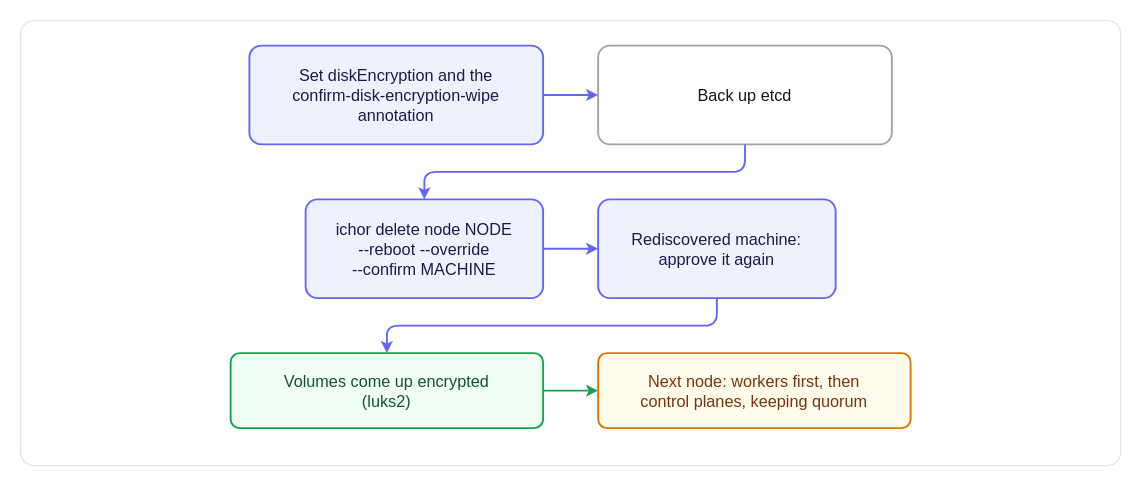
This is docs/images/hardening-disk-encryption-wipe.drawio from maeshinshin/ichor, a draw.io file, before an edit. Source tidied: cells renumbered, new cells numbered last; positions are measured from the earlier drawing's top-left corner, leaving out a move shared by most shapes. Both pictures are drawn from the tidied source at 125%, with x=0, y=0 at pixel (20, 20).
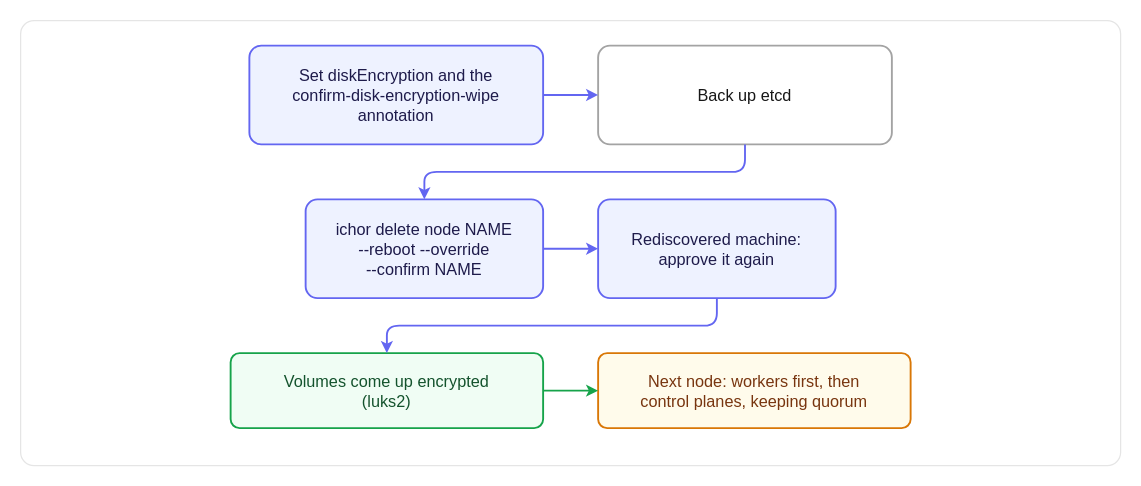
After the change.

Commit message (it also covers changes not shown here):
docs(hardening): the diagrams name the node as NAME, as the pages do

The edit, as a diff of the source:
```diff
@@
 <mxGraphModel>
   <root>
     <mxCell id="0" />
     <mxCell id="1" parent="0" />
     <mxCell id="2" style="rounded=1;arcSize=3;fillColor=light-dark(#FFFFFF,#0A0A0A);strokeColor=light-dark(#E5E5E5,#262626);strokeWidth=1;html=0;" parent="1" vertex="1">
       <mxGeometry width="880" height="356" as="geometry" />
     </mxCell>
     <mxCell id="3" value="Set diskEncryption and the&#10;confirm-disk-encryption-wipe&#10;annotation" style="rounded=1;arcSize=12;fillColor=light-dark(#EEF2FF,#232553);strokeColor=light-dark(#6366F1,#818CF8);strokeWidth=1.5;fontColor=light-dark(#1E1B4B,#E0E7FF);fontFamily=Helvetica;fontSize=13;align=center;verticalAlign=middle;html=0;" parent="1" vertex="1">
       <mxGeometry x="183" y="20" width="235" height="79" as="geometry" />
     </mxCell>
     <mxCell id="4" value="Back up etcd" style="rounded=1;arcSize=12;fillColor=light-dark(#FFFFFF,#1A1A1A);strokeColor=light-dark(#A3A3A3,#525252);strokeWidth=1.5;fontColor=light-dark(#171717,#FAFAFA);fontFamily=Helvetica;fontSize=13;align=center;verticalAlign=middle;html=0;" parent="1" vertex="1">
       <mxGeometry x="462" y="20" width="235" height="79" as="geometry" />
     </mxCell>
-    <mxCell id="5" value="ichor delete node NODE&#10;--reboot --override&#10;--confirm MACHINE" style="rounded=1;arcSize=12;fillColor=light-dark(#EEF2FF,#232553);strokeColor=light-dark(#6366F1,#818CF8);strokeWidth=1.5;fontColor=light-dark(#1E1B4B,#E0E7FF);fontFamily=Helvetica;fontSize=13;align=center;verticalAlign=middle;html=0;" parent="1" vertex="1">
+    <mxCell id="5" value="ichor delete node NAME&#10;--reboot --override&#10;--confirm NAME" style="rounded=1;arcSize=12;fillColor=light-dark(#EEF2FF,#232553);strokeColor=light-dark(#6366F1,#818CF8);strokeWidth=1.5;fontColor=light-dark(#1E1B4B,#E0E7FF);fontFamily=Helvetica;fontSize=13;align=center;verticalAlign=middle;html=0;" parent="1" vertex="1">
       <mxGeometry x="228" y="143" width="190" height="79" as="geometry" />
     </mxCell>
     <mxCell id="6" value="Rediscovered machine:&#10;approve it again" style="rounded=1;arcSize=12;fillColor=light-dark(#EEF2FF,#232553);strokeColor=light-dark(#6366F1,#818CF8);strokeWidth=1.5;fontColor=light-dark(#1E1B4B,#E0E7FF);fontFamily=Helvetica;fontSize=13;align=center;verticalAlign=middle;html=0;" parent="1" vertex="1">
       <mxGeometry x="462" y="143" width="190" height="79" as="geometry" />
     </mxCell>
     <mxCell id="7" value="Volumes come up encrypted&#10;(luks2)" style="rounded=1;arcSize=12;fillColor=light-dark(#F0FDF4,#0E2A1B);strokeColor=light-dark(#16A34A,#4ADE80);strokeWidth=1.5;fontColor=light-dark(#14532D,#BBF7D0);fontFamily=Helvetica;fontSize=13;align=center;verticalAlign=middle;html=0;" parent="1" vertex="1">
       <mxGeometry x="168" y="266" width="250" height="60" as="geometry" />
     </mxCell>
     <mxCell id="8" value="Next node: workers first, then&#10;control planes, keeping quorum" style="rounded=1;arcSize=12;fillColor=light-dark(#FFFBEB,#2B2008);strokeColor=light-dark(#D97706,#FBBF24);strokeWidth=1.5;fontColor=light-dark(#78350F,#FDE68A);fontFamily=Helvetica;fontSize=13;align=center;verticalAlign=middle;html=0;" parent="1" vertex="1">
       <mxGeometry x="462" y="266" width="250" height="60" as="geometry" />
     </mxCell>
     <mxCell id="9" style="edgeStyle=orthogonalEdgeStyle;rounded=1;jettySize=auto;strokeColor=light-dark(#6366F1,#818CF8);strokeWidth=1.5;endArrow=classic;endFill=1;endSize=5;startArrow=none;startFill=1;startSize=5;fontColor=light-dark(#404040,#D4D4D4);fontFamily=Helvetica;fontSize=12;labelBackgroundColor=light-dark(#FFFFFF,#0A0A0A);exitX=1;exitY=0.5;exitDx=0;exitDy=0;entryX=0;entryY=0.5;entryDx=0;entryDy=0;html=0;" parent="1" edge="1" source="3" target="4">
       <mxGeometry relative="1" as="geometry" />
     </mxCell>
     <mxCell id="10" style="edgeStyle=orthogonalEdgeStyle;rounded=1;jettySize=auto;strokeColor=light-dark(#6366F1,#818CF8);strokeWidth=1.5;endArrow=classic;endFill=1;endSize=5;startArrow=none;startFill=1;startSize=5;fontColor=light-dark(#404040,#D4D4D4);fontFamily=Helvetica;fontSize=12;labelBackgroundColor=light-dark(#FFFFFF,#0A0A0A);exitX=0.5;exitY=1;exitDx=0;exitDy=0;entryX=0.5;entryY=0;entryDx=0;entryDy=0;html=0;" parent="1" edge="1" source="4" target="5">
       <mxGeometry relative="1" as="geometry" />
     </mxCell>
     <mxCell id="11" style="edgeStyle=orthogonalEdgeStyle;rounded=1;jettySize=auto;strokeColor=light-dark(#6366F1,#818CF8);strokeWidth=1.5;endArrow=classic;endFill=1;endSize=5;startArrow=none;startFill=1;startSize=5;fontColor=light-dark(#404040,#D4D4D4);fontFamily=Helvetica;fontSize=12;labelBackgroundColor=light-dark(#FFFFFF,#0A0A0A);exitX=1;exitY=0.5;exitDx=0;exitDy=0;entryX=0;entryY=0.5;entryDx=0;entryDy=0;html=0;" parent="1" edge="1" source="5" target="6">
       <mxGeometry relative="1" as="geometry" />
     </mxCell>
     <mxCell id="12" style="edgeStyle=orthogonalEdgeStyle;rounded=1;jettySize=auto;strokeColor=light-dark(#6366F1,#818CF8);strokeWidth=1.5;endArrow=classic;endFill=1;endSize=5;startArrow=none;startFill=1;startSize=5;fontColor=light-dark(#404040,#D4D4D4);fontFamily=Helvetica;fontSize=12;labelBackgroundColor=light-dark(#FFFFFF,#0A0A0A);exitX=0.5;exitY=1;exitDx=0;exitDy=0;entryX=0.5;entryY=0;entryDx=0;entryDy=0;html=0;" parent="1" edge="1" source="6" target="7">
       <mxGeometry relative="1" as="geometry" />
     </mxCell>
     <mxCell id="13" style="edgeStyle=orthogonalEdgeStyle;rounded=1;jettySize=auto;strokeColor=light-dark(#16A34A,#4ADE80);strokeWidth=1.5;endArrow=classic;endFill=1;endSize=5;startArrow=none;startFill=1;startSize=5;fontColor=light-dark(#404040,#D4D4D4);fontFamily=Helvetica;fontSize=12;labelBackgroundColor=light-dark(#FFFFFF,#0A0A0A);exitX=1;exitY=0.5;exitDx=0;exitDy=0;entryX=0;entryY=0.5;entryDx=0;entryDy=0;html=0;" parent="1" edge="1" source="7" target="8">
       <mxGeometry relative="1" as="geometry" />
     </mxCell>
   </root>
 </mxGraphModel>
```
